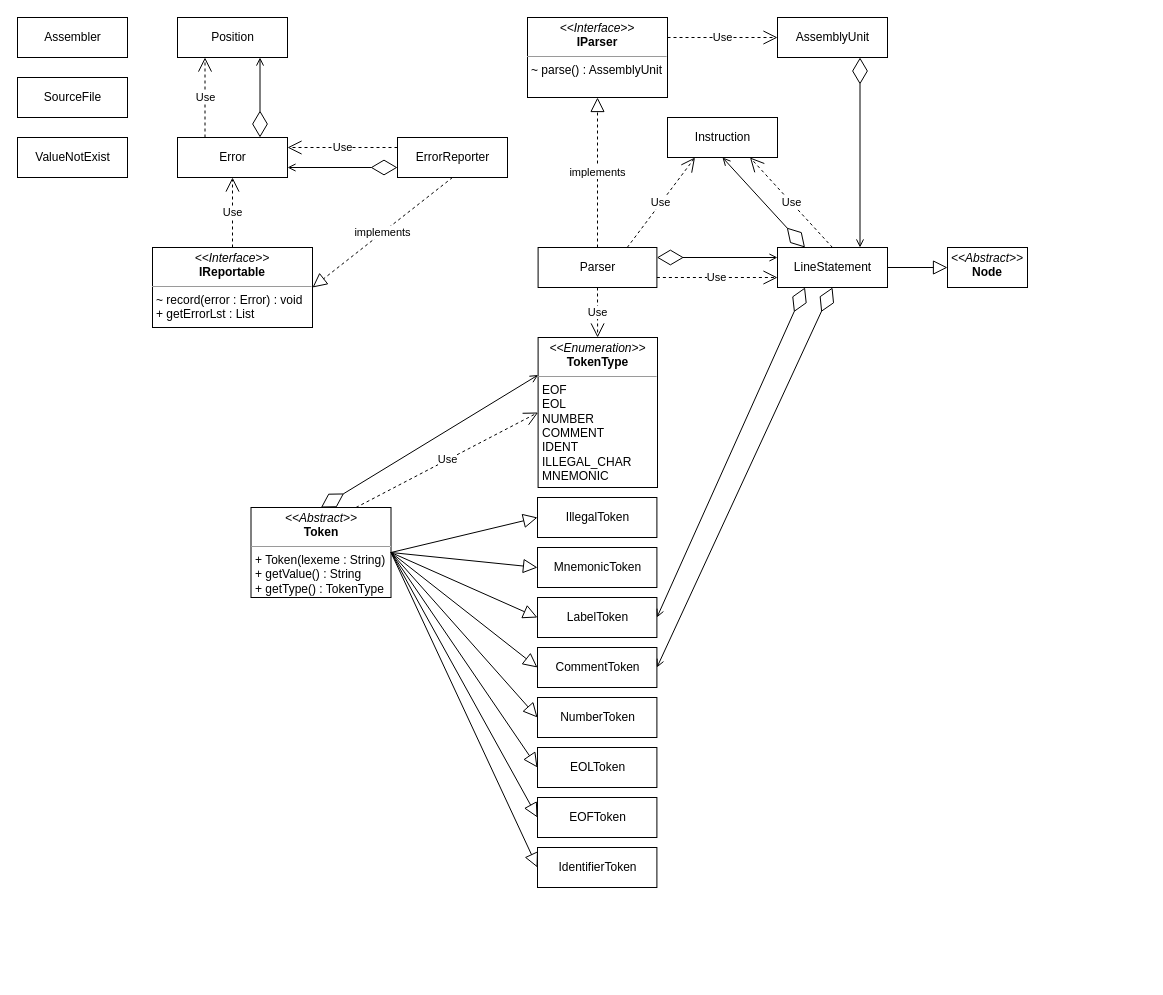
Above: class_diagram.drawio in starcraft66/SOEN341-Fall-2020-ProjectB (draw.io), before the change. Source tidied: cells renumbered, new cells numbered last; positions are measured from the earlier drawing's top-left corner, leaving out a move shared by most shapes. Both pictures are drawn from the tidied source at 100%, with x=0, y=0 at pixel (17, 17).
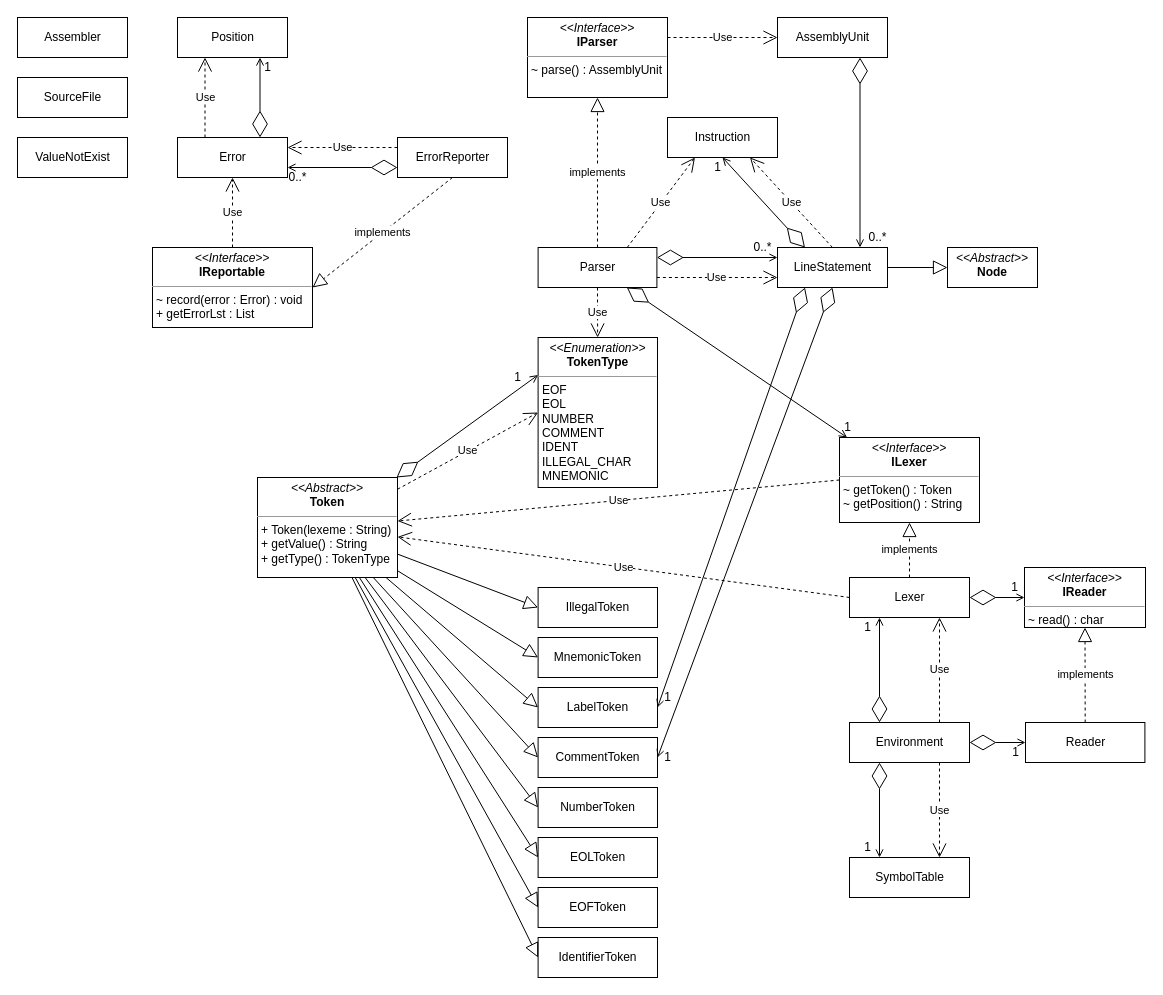
The same diagram, later.

The change refers to these unchanged cells:
```xml
<mxCell id="15" value="Parser" style="html=1;" parent="1" vertex="1">
  <mxGeometry x="520.6" y="230" width="118.8" height="40" as="geometry" />
</mxCell>
<mxCell id="43" value="&lt;p style=&quot;margin: 0px ; margin-top: 4px ; text-align: center&quot;&gt;&lt;i&gt;&amp;lt;&amp;lt;Enumeration&amp;gt;&amp;gt;&lt;/i&gt;&lt;br&gt;&lt;/p&gt;&lt;div style=&quot;text-align: center&quot;&gt;&lt;b&gt;TokenType&lt;/b&gt;&lt;/div&gt;&lt;hr size=&quot;1&quot;&gt;&lt;p style=&quot;margin: 0px ; margin-left: 4px&quot;&gt;EOF&lt;/p&gt;&lt;p style=&quot;margin: 0px ; margin-left: 4px&quot;&gt;EOL&lt;/p&gt;&lt;p style=&quot;margin: 0px ; margin-left: 4px&quot;&gt;NUMBER&lt;/p&gt;&lt;p style=&quot;margin: 0px ; margin-left: 4px&quot;&gt;COMMENT&lt;/p&gt;&lt;p style=&quot;margin: 0px ; margin-left: 4px&quot;&gt;IDENT&lt;/p&gt;&lt;p style=&quot;margin: 0px ; margin-left: 4px&quot;&gt;ILLEGAL_CHAR&lt;br&gt;MNEMONIC&lt;/p&gt;" style="verticalAlign=top;align=left;overflow=fill;fontSize=12;fontFamily=Helvetica;html=1;" parent="1" vertex="1">
  <mxGeometry x="520.6" y="320" width="119.4" height="150" as="geometry" />
</mxCell>
```

The edit, as a diff of the source:
```diff
@@
     <mxCell id="27" value="CommentToken" style="html=1;" parent="1" vertex="1">
-      <mxGeometry x="520" y="630" width="119.4" height="40" as="geometry" />
+      <mxGeometry x="520.6" y="720" width="119.4" height="40" as="geometry" />
     </mxCell>
     <mxCell id="28" value="EOLToken" style="html=1;" parent="1" vertex="1">
-      <mxGeometry x="520" y="730" width="119.4" height="40" as="geometry" />
+      <mxGeometry x="520.6" y="820" width="119.4" height="40" as="geometry" />
     </mxCell>
     <mxCell id="29" value="NumberToken" style="html=1;" parent="1" vertex="1">
-      <mxGeometry x="520" y="680" width="119.4" height="40" as="geometry" />
+      <mxGeometry x="520.6" y="770" width="119.4" height="40" as="geometry" />
     </mxCell>
     <mxCell id="30" value="MnemonicToken" style="html=1;" parent="1" vertex="1">
-      <mxGeometry x="520" y="530" width="119.4" height="40" as="geometry" />
+      <mxGeometry x="520.6" y="620" width="119.4" height="40" as="geometry" />
     </mxCell>
     <mxCell id="31" value="IllegalToken" style="html=1;" parent="1" vertex="1">
-      <mxGeometry x="520" y="480" width="119.4" height="40" as="geometry" />
+      <mxGeometry x="520.6" y="570" width="119.4" height="40" as="geometry" />
     </mxCell>
     <mxCell id="32" value="LabelToken" style="html=1;" parent="1" vertex="1">
-      <mxGeometry x="520" y="580" width="119.4" height="40" as="geometry" />
+      <mxGeometry x="520.6" y="670" width="119.4" height="40" as="geometry" />
     </mxCell>
-    <mxCell id="33" style="endArrow=block;endFill=0;endSize=12;html=1;exitX=1;exitY=0.5;exitDx=0;exitDy=0;entryX=0;entryY=0.5;entryDx=0;entryDy=0;" parent="1" edge="1" source="34" target="27">
+    <mxCell id="33" style="endArrow=block;endFill=0;endSize=12;html=1;entryX=0;entryY=0.5;entryDx=0;entryDy=0;" parent="1" edge="1" source="34" target="27">
       <mxGeometry relative="1" as="geometry" />
     </mxCell>
     <mxCell id="34" value="&lt;p style=&quot;margin: 0px ; margin-top: 4px ; text-align: center&quot;&gt;&lt;i&gt;&amp;lt;&amp;lt;Abstract&amp;gt;&amp;gt;&lt;/i&gt;&lt;br&gt;&lt;/p&gt;&lt;div style=&quot;text-align: center&quot;&gt;&lt;b&gt;Token&lt;/b&gt;&lt;/div&gt;&lt;hr size=&quot;1&quot;&gt;&lt;p style=&quot;margin: 0px ; margin-left: 4px&quot;&gt;&lt;span&gt;+ Token(lexeme : String)&lt;/span&gt;&lt;/p&gt;&lt;p style=&quot;margin: 0px ; margin-left: 4px&quot;&gt;&lt;span&gt;+ getValue() : String&lt;/span&gt;&lt;br&gt;&lt;/p&gt;&lt;p style=&quot;margin: 0px ; margin-left: 4px&quot;&gt;&lt;span&gt;+ getType() : TokenType&lt;/span&gt;&lt;/p&gt;" style="verticalAlign=top;align=left;overflow=fill;fontSize=12;fontFamily=Helvetica;html=1;" parent="1" vertex="1">
-      <mxGeometry x="233.5" y="490" width="140" height="90" as="geometry" />
+      <mxGeometry x="240" y="460" width="140" height="100" as="geometry" />
     </mxCell>
-    <mxCell id="35" style="endArrow=block;endFill=0;endSize=12;html=1;exitX=1;exitY=0.5;exitDx=0;exitDy=0;entryX=0;entryY=0.5;entryDx=0;entryDy=0;" parent="1" edge="1" source="34" target="31">
+    <mxCell id="35" style="endArrow=block;endFill=0;endSize=12;html=1;entryX=0;entryY=0.5;entryDx=0;entryDy=0;" parent="1" edge="1" source="34" target="31">
       <mxGeometry relative="1" as="geometry" />
     </mxCell>
-    <mxCell id="36" style="endArrow=block;endFill=0;endSize=12;html=1;exitX=1;exitY=0.5;exitDx=0;exitDy=0;entryX=0;entryY=0.5;entryDx=0;entryDy=0;" parent="1" edge="1" source="34" target="32">
+    <mxCell id="36" style="endArrow=block;endFill=0;endSize=12;html=1;entryX=0;entryY=0.5;entryDx=0;entryDy=0;" parent="1" edge="1" source="34" target="32">
       <mxGeometry relative="1" as="geometry" />
     </mxCell>
-    <mxCell id="37" style="endArrow=block;endFill=0;endSize=12;html=1;exitX=1;exitY=0.5;exitDx=0;exitDy=0;entryX=0;entryY=0.5;entryDx=0;entryDy=0;" parent="1" edge="1" source="34" target="28">
+    <mxCell id="37" style="endArrow=block;endFill=0;endSize=12;html=1;entryX=0;entryY=0.5;entryDx=0;entryDy=0;" parent="1" edge="1" source="34" target="28">
       <mxGeometry relative="1" as="geometry" />
     </mxCell>
-    <mxCell id="38" style="endArrow=block;endFill=0;endSize=12;html=1;exitX=1;exitY=0.5;exitDx=0;exitDy=0;entryX=0;entryY=0.5;entryDx=0;entryDy=0;" parent="1" edge="1" source="34" target="30">
+    <mxCell id="38" style="endArrow=block;endFill=0;endSize=12;html=1;entryX=0;entryY=0.5;entryDx=0;entryDy=0;" parent="1" edge="1" source="34" target="30">
       <mxGeometry relative="1" as="geometry" />
     </mxCell>
-    <mxCell id="39" style="endArrow=block;endFill=0;endSize=12;html=1;exitX=1;exitY=0.5;exitDx=0;exitDy=0;entryX=0;entryY=0.5;entryDx=0;entryDy=0;" parent="1" edge="1" source="34" target="29">
+    <mxCell id="39" style="endArrow=block;endFill=0;endSize=12;html=1;entryX=0;entryY=0.5;entryDx=0;entryDy=0;" parent="1" edge="1" source="34" target="29">
       <mxGeometry relative="1" as="geometry" />
     </mxCell>
@@
     <mxCell id="44" value="IdentifierToken" style="html=1;" parent="1" vertex="1">
-      <mxGeometry x="520" y="830" width="119.4" height="40" as="geometry" />
+      <mxGeometry x="520.6" y="920" width="119.4" height="40" as="geometry" />
     </mxCell>
     <mxCell id="45" value="EOFToken" style="html=1;" parent="1" vertex="1">
-      <mxGeometry x="520" y="780" width="119.4" height="40" as="geometry" />
+      <mxGeometry x="520.6" y="870" width="119.4" height="40" as="geometry" />
     </mxCell>
-    <mxCell id="46" style="endArrow=block;endFill=0;endSize=12;html=1;exitX=1;exitY=0.5;exitDx=0;exitDy=0;entryX=0;entryY=0.5;entryDx=0;entryDy=0;" parent="1" edge="1" source="34" target="44">
+    <mxCell id="46" style="endArrow=block;endFill=0;endSize=12;html=1;entryX=0;entryY=0.5;entryDx=0;entryDy=0;" parent="1" edge="1" source="34" target="44">
       <mxGeometry relative="1" as="geometry" />
     </mxCell>
-    <mxCell id="47" style="endArrow=block;endFill=0;endSize=12;html=1;exitX=1;exitY=0.5;exitDx=0;exitDy=0;entryX=0;entryY=0.5;entryDx=0;entryDy=0;" parent="1" edge="1" source="34" target="45">
+    <mxCell id="47" style="endArrow=block;endFill=0;endSize=12;html=1;entryX=0;entryY=0.5;entryDx=0;entryDy=0;" parent="1" edge="1" source="34" target="45">
       <mxGeometry relative="1" as="geometry" />
     </mxCell>
     <mxCell id="48" value="&lt;p style=&quot;margin: 0px ; margin-top: 4px ; text-align: center&quot;&gt;&lt;i&gt;&amp;lt;&amp;lt;Abstract&amp;gt;&amp;gt;&lt;/i&gt;&lt;br&gt;&lt;/p&gt;&lt;div style=&quot;text-align: center&quot;&gt;&lt;b&gt;Node&lt;/b&gt;&lt;/div&gt;" style="verticalAlign=top;align=left;overflow=fill;fontSize=12;fontFamily=Helvetica;html=1;" parent="1" vertex="1">
-      <mxGeometry x="930" y="230" width="80" height="40" as="geometry" />
+      <mxGeometry x="930" y="230" width="90" height="40" as="geometry" />
     </mxCell>
@@
-    <mxCell id="50" style="endArrow=diamondThin;endFill=0;endSize=24;html=1;exitX=0;exitY=0.25;exitDx=0;exitDy=0;startArrow=open;startFill=0;entryX=0.5;entryY=0;entryDx=0;entryDy=0;" parent="1" edge="1" source="43" target="34">
+    <mxCell id="50" style="endArrow=diamondThin;endFill=0;endSize=24;html=1;exitX=0;exitY=0.25;exitDx=0;exitDy=0;startArrow=open;startFill=0;" parent="1" edge="1" source="43" target="34">
       <mxGeometry relative="1" as="geometry" />
     </mxCell>
-    <mxCell id="51" value="Use" style="endArrow=open;endSize=12;dashed=1;html=1;exitX=0.75;exitY=0;exitDx=0;exitDy=0;entryX=0;entryY=0.5;entryDx=0;entryDy=0;" parent="1" edge="1" source="34" target="43">
+    <mxCell id="51" value="Use" style="endArrow=open;endSize=12;dashed=1;html=1;entryX=0;entryY=0.5;entryDx=0;entryDy=0;" parent="1" edge="1" source="34" target="43">
       <mxGeometry relative="1" as="geometry" />
     </mxCell>
@@
+    <mxCell id="53" value="&lt;p style=&quot;margin: 0px ; margin-top: 4px ; text-align: center&quot;&gt;&lt;i&gt;&amp;lt;&amp;lt;Interface&amp;gt;&amp;gt;&lt;/i&gt;&lt;br&gt;&lt;/p&gt;&lt;div style=&quot;text-align: center&quot;&gt;&lt;b&gt;IReader&lt;/b&gt;&lt;/div&gt;&lt;hr size=&quot;1&quot;&gt;&lt;p style=&quot;margin: 0px ; margin-left: 4px&quot;&gt;~ read() : char&lt;br&gt;&lt;/p&gt;" style="verticalAlign=top;align=left;overflow=fill;fontSize=12;fontFamily=Helvetica;html=1;" parent="1" vertex="1">
+      <mxGeometry x="1007" y="550" width="121" height="60" as="geometry" />
+    </mxCell>
+    <mxCell id="54" value="Reader" style="html=1;" parent="1" vertex="1">
+      <mxGeometry x="1008" y="705" width="119.4" height="40" as="geometry" />
+    </mxCell>
+    <mxCell id="55" value="implements" style="endArrow=block;dashed=1;endFill=0;endSize=12;html=1;exitX=0.5;exitY=0;exitDx=0;exitDy=0;entryX=0.5;entryY=1;entryDx=0;entryDy=0;" parent="1" edge="1" source="54" target="53">
+      <mxGeometry relative="1" as="geometry" />
+    </mxCell>
+    <mxCell id="56" value="Environment" style="html=1;" parent="1" vertex="1">
+      <mxGeometry x="832" y="705" width="120" height="40" as="geometry" />
+    </mxCell>
+    <mxCell id="57" style="endArrow=diamondThin;endFill=0;endSize=24;html=1;startArrow=open;startFill=0;entryX=1;entryY=0.5;entryDx=0;entryDy=0;exitX=0;exitY=0.5;exitDx=0;exitDy=0;" parent="1" edge="1" source="54" target="56">
+      <mxGeometry relative="1" as="geometry" />
+    </mxCell>
+    <mxCell id="58" value="SymbolTable" style="html=1;" parent="1" vertex="1">
+      <mxGeometry x="832" y="840" width="120" height="40" as="geometry" />
+    </mxCell>
+    <mxCell id="59" style="endArrow=diamondThin;endFill=0;endSize=24;html=1;exitX=0.25;exitY=0;exitDx=0;exitDy=0;startArrow=open;startFill=0;entryX=0.25;entryY=1;entryDx=0;entryDy=0;" parent="1" edge="1" source="58" target="56">
+      <mxGeometry relative="1" as="geometry" />
+    </mxCell>
+    <mxCell id="60" value="Use" style="endArrow=open;endSize=12;dashed=1;html=1;exitX=0.75;exitY=1;exitDx=0;exitDy=0;entryX=0.75;entryY=0;entryDx=0;entryDy=0;" parent="1" edge="1" source="56" target="58">
+      <mxGeometry relative="1" as="geometry" />
+    </mxCell>
+    <mxCell id="61" value="Lexer" style="html=1;" parent="1" vertex="1">
+      <mxGeometry x="832" y="560" width="120" height="40" as="geometry" />
+    </mxCell>
+    <mxCell id="62" style="endArrow=diamondThin;endFill=0;endSize=24;html=1;entryX=0.25;entryY=0;entryDx=0;entryDy=0;exitX=0.25;exitY=1;exitDx=0;exitDy=0;startArrow=open;startFill=0;" parent="1" edge="1" source="61" target="56">
+      <mxGeometry relative="1" as="geometry" />
+    </mxCell>
+    <mxCell id="63" value="Use" style="endArrow=open;endSize=12;dashed=1;html=1;exitX=0.75;exitY=0;exitDx=0;exitDy=0;entryX=0.75;entryY=1;entryDx=0;entryDy=0;" parent="1" edge="1" source="56" target="61">
+      <mxGeometry relative="1" as="geometry" />
+    </mxCell>
+    <mxCell id="64" style="endArrow=diamondThin;endFill=0;endSize=24;html=1;entryX=1;entryY=0.5;entryDx=0;entryDy=0;startArrow=open;startFill=0;exitX=0;exitY=0.5;exitDx=0;exitDy=0;" parent="1" edge="1" source="53" target="61">
+      <mxGeometry relative="1" as="geometry" />
+    </mxCell>
+    <mxCell id="65" value="Use" style="endArrow=open;endSize=12;dashed=1;html=1;exitX=0;exitY=0.5;exitDx=0;exitDy=0;" parent="1" edge="1" source="61" target="34">
+      <mxGeometry relative="1" as="geometry" />
+    </mxCell>
+    <mxCell id="66" value="&lt;p style=&quot;margin: 0px ; margin-top: 4px ; text-align: center&quot;&gt;&lt;i&gt;&amp;lt;&amp;lt;Interface&amp;gt;&amp;gt;&lt;/i&gt;&lt;br&gt;&lt;/p&gt;&lt;div style=&quot;text-align: center&quot;&gt;&lt;b&gt;ILexer&lt;/b&gt;&lt;/div&gt;&lt;hr size=&quot;1&quot;&gt;&lt;p style=&quot;margin: 0px ; margin-left: 4px&quot;&gt;~ getToken() : Token&lt;/p&gt;&lt;p style=&quot;margin: 0px ; margin-left: 4px&quot;&gt;~ getPosition() : String&lt;/p&gt;" style="verticalAlign=top;align=left;overflow=fill;fontSize=12;fontFamily=Helvetica;html=1;" parent="1" vertex="1">
+      <mxGeometry x="822" y="420" width="140" height="85" as="geometry" />
+    </mxCell>
+    <mxCell id="67" value="implements" style="endArrow=block;dashed=1;endFill=0;endSize=12;html=1;exitX=0.5;exitY=0;exitDx=0;exitDy=0;entryX=0.5;entryY=1;entryDx=0;entryDy=0;" parent="1" edge="1" source="61" target="66">
+      <mxGeometry relative="1" as="geometry" />
+    </mxCell>
+    <mxCell id="68" value="Use" style="endArrow=open;endSize=12;dashed=1;html=1;exitX=0;exitY=0.5;exitDx=0;exitDy=0;" parent="1" edge="1" source="66" target="34">
+      <mxGeometry relative="1" as="geometry" />
+    </mxCell>
+    <mxCell id="69" style="endArrow=diamondThin;endFill=0;endSize=24;html=1;startArrow=open;startFill=0;" parent="1" edge="1" source="66" target="15">
+      <mxGeometry relative="1" as="geometry" />
+    </mxCell>
+    <mxCell id="70" value="1" style="text;html=1;align=center;verticalAlign=middle;" parent="1" vertex="1">
+      <mxGeometry x="240" y="40" width="20" height="20" as="geometry" />
+    </mxCell>
+    <mxCell id="71" value="0..*" style="text;html=1;align=center;verticalAlign=middle;" parent="1" vertex="1">
+      <mxGeometry x="265" y="150" width="30" height="20" as="geometry" />
+    </mxCell>
+    <mxCell id="72" value="1" style="text;html=1;align=center;verticalAlign=middle;" parent="1" vertex="1">
+      <mxGeometry x="840" y="600" width="20" height="20" as="geometry" />
+    </mxCell>
+    <mxCell id="73" value="1" style="text;html=1;align=center;verticalAlign=middle;" parent="1" vertex="1">
+      <mxGeometry x="840" y="820" width="20" height="20" as="geometry" />
+    </mxCell>
+    <mxCell id="74" value="1" style="text;html=1;align=center;verticalAlign=middle;" parent="1" vertex="1">
+      <mxGeometry x="988" y="725" width="20" height="20" as="geometry" />
+    </mxCell>
+    <mxCell id="75" value="1" style="text;html=1;align=center;verticalAlign=middle;" parent="1" vertex="1">
+      <mxGeometry x="987" y="560" width="20" height="20" as="geometry" />
+    </mxCell>
+    <mxCell id="76" value="0..*" style="text;html=1;align=center;verticalAlign=middle;" parent="1" vertex="1">
+      <mxGeometry x="730" y="220" width="30" height="20" as="geometry" />
+    </mxCell>
+    <mxCell id="77" value="1" style="text;html=1;align=center;verticalAlign=middle;" parent="1" vertex="1">
+      <mxGeometry x="690" y="140" width="20" height="20" as="geometry" />
+    </mxCell>
+    <mxCell id="78" value="1" style="text;html=1;align=center;verticalAlign=middle;" parent="1" vertex="1">
+      <mxGeometry x="640" y="670" width="20" height="20" as="geometry" />
+    </mxCell>
+    <mxCell id="79" value="1" style="text;html=1;align=center;verticalAlign=middle;" parent="1" vertex="1">
+      <mxGeometry x="640" y="730" width="20" height="20" as="geometry" />
+    </mxCell>
+    <mxCell id="80" value="0..*" style="text;html=1;align=center;verticalAlign=middle;" parent="1" vertex="1">
+      <mxGeometry x="845" y="210" width="30" height="20" as="geometry" />
+    </mxCell>
+    <mxCell id="81" value="1" style="text;html=1;align=center;verticalAlign=middle;" parent="1" vertex="1">
+      <mxGeometry x="490" y="350" width="20" height="20" as="geometry" />
+    </mxCell>
+    <mxCell id="82" value="1" style="text;html=1;align=center;verticalAlign=middle;" parent="1" vertex="1">
+      <mxGeometry x="820" y="400" width="20" height="20" as="geometry" />
+    </mxCell>
```
